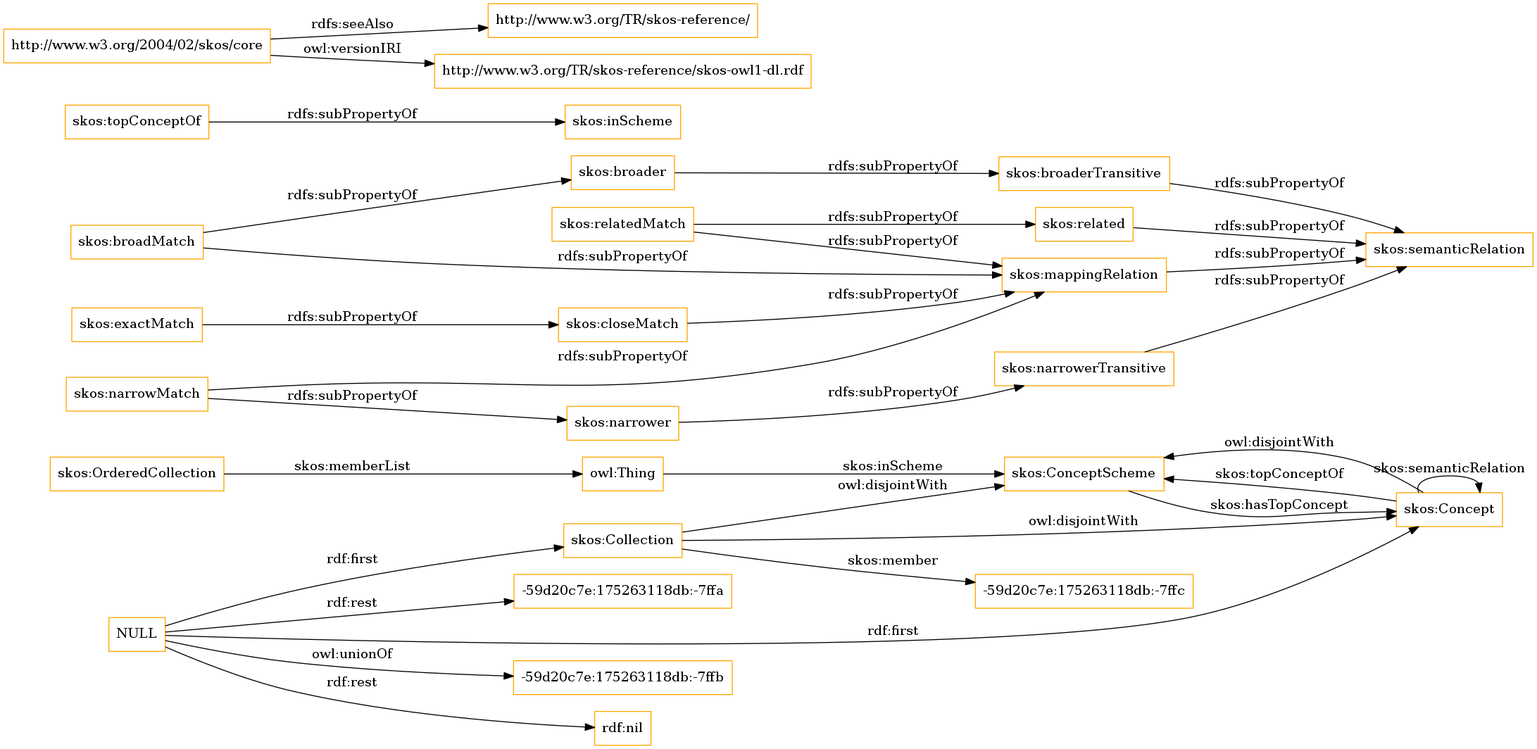
Before: OnToology/imports/skos.owl/diagrams/ar2dtool-class/skos.owl.png, a diagram exported from Graphviz (OnToologyUser/core-ontology-1). Its source is kept beside it as OnToology/imports/skos.owl/diagrams/ar2dtool-class/skos.owl.png.dot.
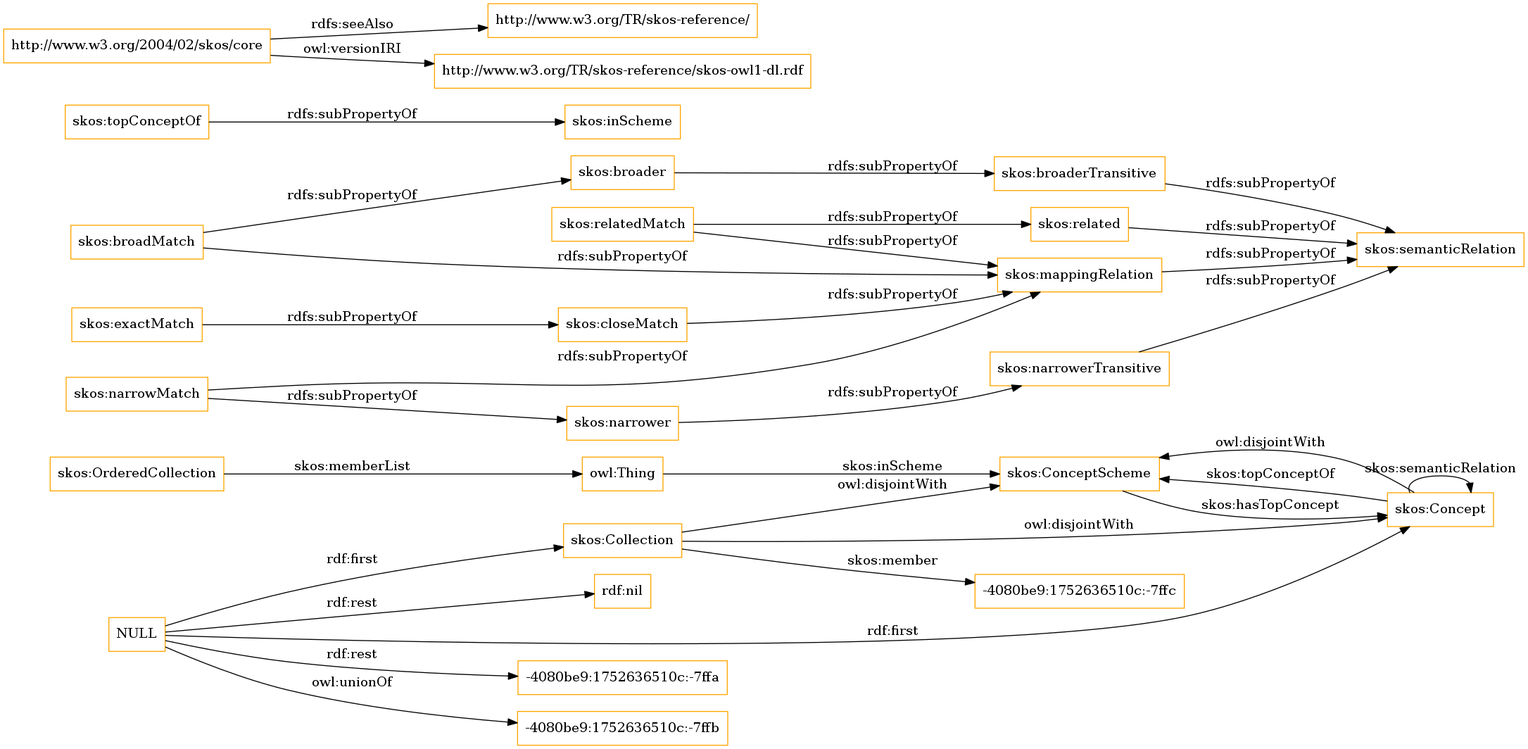
After the commit.

Change to the diagram source:
```diff
@@ -1,13 +1,13 @@
 digraph ar2dtool_diagram {
 rankdir=LR;
 size="1501"
-node [shape = rectangle, color="orange"]; "skos:OrderedCollection" "skos:ConceptScheme" "skos:Concept" "skos:Collection" "-59d20c7e:175263118db:-7ffc" ; /*classes style*/
+node [shape = rectangle, color="orange"]; "skos:OrderedCollection" "skos:ConceptScheme" "skos:Concept" "skos:Collection" "-4080be9:1752636510c:-7ffc" ; /*classes style*/
 	"skos:narrowerTransitive" -> "skos:semanticRelation" [ label = "rdfs:subPropertyOf" ];
-	"NULL" -> "-59d20c7e:175263118db:-7ffb" [ label = "owl:unionOf" ];
+	"NULL" -> "-4080be9:1752636510c:-7ffa" [ label = "rdf:rest" ];
+	"NULL" -> "skos:Collection" [ label = "rdf:first" ];
+	"NULL" -> "-4080be9:1752636510c:-7ffb" [ label = "owl:unionOf" ];
 	"NULL" -> "rdf:nil" [ label = "rdf:rest" ];
 	"NULL" -> "skos:Concept" [ label = "rdf:first" ];
-	"NULL" -> "-59d20c7e:175263118db:-7ffa" [ label = "rdf:rest" ];
-	"NULL" -> "skos:Collection" [ label = "rdf:first" ];
 	"skos:closeMatch" -> "skos:mappingRelation" [ label = "rdfs:subPropertyOf" ];
 	"skos:Concept" -> "skos:ConceptScheme" [ label = "owl:disjointWith" ];
 	"skos:relatedMatch" -> "skos:related" [ label = "rdfs:subPropertyOf" ];
@@ -30,7 +30,7 @@
 	"skos:OrderedCollection" -> "owl:Thing" [ label = "skos:memberList" ];
 	"skos:Concept" -> "skos:ConceptScheme" [ label = "skos:topConceptOf" ];
 	"skos:Concept" -> "skos:Concept" [ label = "skos:semanticRelation" ];
-	"skos:Collection" -> "-59d20c7e:175263118db:-7ffc" [ label = "skos:member" ];
+	"skos:Collection" -> "-4080be9:1752636510c:-7ffc" [ label = "skos:member" ];
 	"skos:ConceptScheme" -> "skos:Concept" [ label = "skos:hasTopConcept" ];
 	"owl:Thing" -> "skos:ConceptScheme" [ label = "skos:inScheme" ];
 
```
